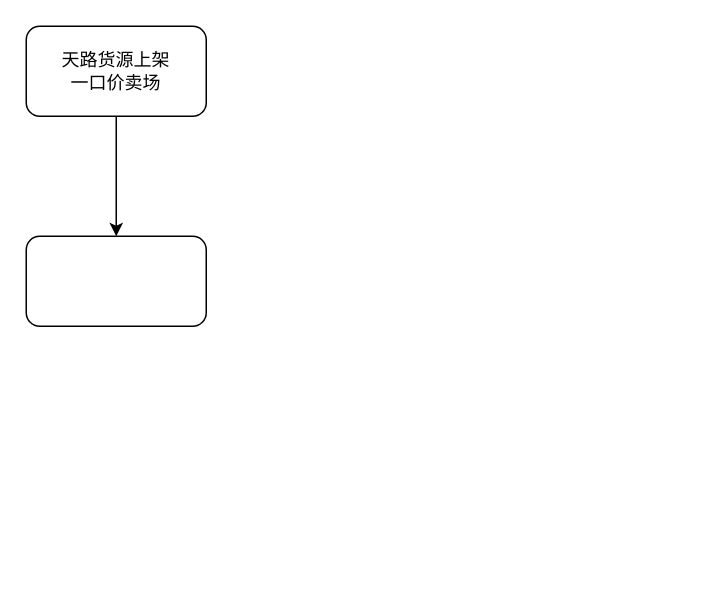
Above: page "上架一口价卖场流程图" (2 of 2) of 卖场/一口价卖场.drawio in lxcy-kdz/draw (draw.io), before the change. Source tidied: cells renumbered, new cells numbered last; positions are measured from the earlier drawing's top-left corner, leaving out a move shared by most shapes. Both pictures are drawn from the tidied source at 150%, with x=0, y=0 at pixel (26, 26).
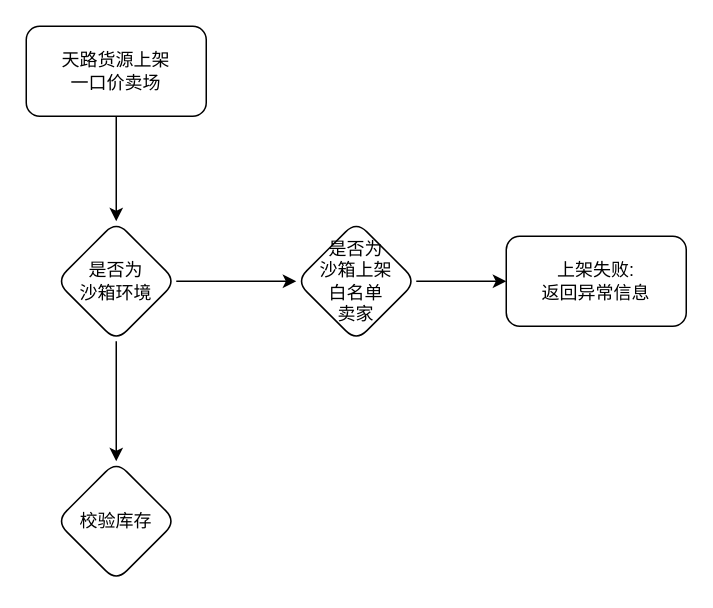
The same diagram, later.

Commit message (it also covers changes not shown here):
更新一口价卖场.drawio

Change to the diagram source:
```diff
@@
 <mxGraphModel>
   <root>
     <mxCell id="0" />
     <mxCell id="1" parent="0" />
-    <mxCell id="2" style="edgeStyle=orthogonalEdgeStyle;rounded=0;jettySize=auto;html=1;" parent="1" edge="1" source="3" target="4">
-      <mxGeometry relative="1" as="geometry" />
-    </mxCell>
+    <mxCell id="5" style="edgeStyle=orthogonalEdgeStyle;rounded=0;jettySize=auto;html=1;" parent="1" edge="1" source="3" target="8">
+      <mxGeometry relative="1" as="geometry" />
+    </mxCell>
     <mxCell id="3" value="天路货源上架&lt;div&gt;一口价卖场&lt;/div&gt;" style="rounded=1;whiteSpace=wrap;html=1;" parent="1" vertex="1">
       <mxGeometry width="120" height="60" as="geometry" />
     </mxCell>
-    <mxCell id="4" style="whiteSpace=wrap;html=1;rounded=1;" parent="1" vertex="1">
-      <mxGeometry y="140" width="120" height="60" as="geometry" />
-    </mxCell>
+    <mxCell id="6" style="edgeStyle=orthogonalEdgeStyle;rounded=0;jettySize=auto;html=1;" parent="1" edge="1" source="8" target="10">
+      <mxGeometry relative="1" as="geometry" />
+    </mxCell>
+    <mxCell id="7" style="edgeStyle=orthogonalEdgeStyle;rounded=0;jettySize=auto;html=1;" parent="1" edge="1" source="8" target="12">
+      <mxGeometry relative="1" as="geometry" />
+    </mxCell>
+    <mxCell id="8" value="是否为&lt;div&gt;沙箱环境&lt;/div&gt;" style="rhombus;whiteSpace=wrap;html=1;rounded=1;" parent="1" vertex="1">
+      <mxGeometry x="20" y="130" width="80" height="80" as="geometry" />
+    </mxCell>
+    <mxCell id="9" style="edgeStyle=orthogonalEdgeStyle;rounded=0;jettySize=auto;html=1;" parent="1" edge="1" source="10" target="11">
+      <mxGeometry relative="1" as="geometry" />
+    </mxCell>
+    <mxCell id="10" value="是否为&lt;div&gt;沙箱上架&lt;/div&gt;&lt;div&gt;白名单&lt;div&gt;卖家&lt;/div&gt;&lt;/div&gt;" style="rhombus;whiteSpace=wrap;html=1;rounded=1;" parent="1" vertex="1">
+      <mxGeometry x="180" y="130" width="80" height="80" as="geometry" />
+    </mxCell>
+    <mxCell id="11" value="上架失败:&lt;div&gt;返回异常信息&lt;/div&gt;" style="whiteSpace=wrap;html=1;rounded=1;" parent="1" vertex="1">
+      <mxGeometry x="320" y="140" width="120" height="60" as="geometry" />
+    </mxCell>
+    <mxCell id="12" value="校验库存" style="rhombus;whiteSpace=wrap;html=1;rounded=1;" parent="1" vertex="1">
+      <mxGeometry x="20" y="290" width="80" height="80" as="geometry" />
+    </mxCell>
   </root>
 </mxGraphModel>
```
